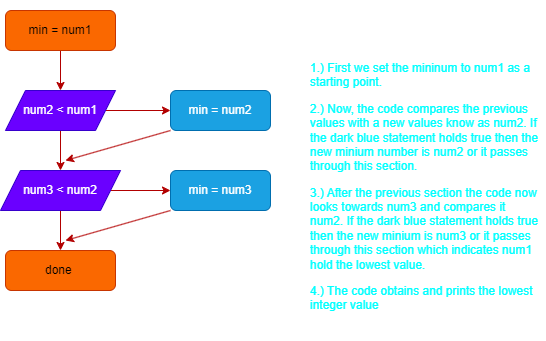
ipivanparra/AD-3-1 keeps this draw.io diagram as Flowchart.png. Above is the earlier version. Source tidied: cells renumbered, new cells last; positions are measured from the earlier drawing's top-left corner, leaving out a move shared by most shapes.
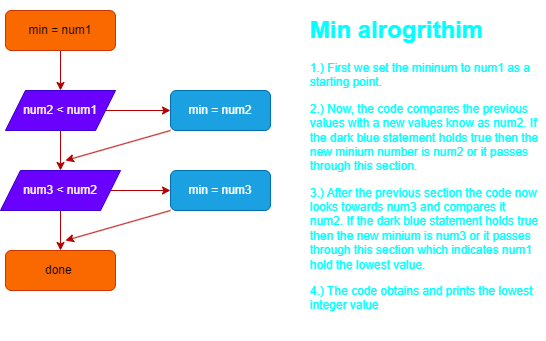
Later version of the same file.

Change to the diagram source:
```diff
@@ -45,7 +45,7 @@
     <mxCell id="14" value="min = num3" style="rounded=1;whiteSpace=wrap;html=1;fillColor=#1ba1e2;fontColor=#ffffff;strokeColor=#006EAF;" parent="1" vertex="1">
       <mxGeometry x="170" y="160" width="100" height="40" as="geometry" />
     </mxCell>
-    <mxCell id="15" value="&lt;h1&gt;&lt;font color=&quot;#ffffff&quot;&gt;Min alrogrithim&amp;nbsp;&lt;/font&gt;&lt;/h1&gt;&lt;p&gt;&lt;font color=&quot;#00ffff&quot;&gt;1.) First we set the mininum to num1 as a starting point.&amp;nbsp;&lt;/font&gt;&lt;/p&gt;&lt;p&gt;&lt;font color=&quot;#00ffff&quot;&gt;2.) Now, the code compares the previous values with a new values know as num2. If the dark blue statement holds true then the new minium number is num2 or it passes through this section.&amp;nbsp;&lt;/font&gt;&lt;/p&gt;&lt;p&gt;&lt;font color=&quot;#00ffff&quot;&gt;3.) After the previous section the code now looks towards num3 and compares it num2. If the dark blue statement holds true then the new minium is num3 or it passes through this section which indicates num1 hold the lowest value.&lt;/font&gt;&lt;/p&gt;&lt;p&gt;&lt;font color=&quot;#00ffff&quot;&gt;4.) The code obtains and prints the lowest integer value&amp;nbsp;&lt;/font&gt;&lt;/p&gt;&lt;p&gt;&lt;br&gt;&lt;/p&gt;" style="text;html=1;strokeColor=none;fillColor=none;spacing=5;spacingTop=-20;whiteSpace=wrap;overflow=hidden;rounded=0;" parent="1" vertex="1">
+    <mxCell id="15" value="&lt;h1&gt;&lt;font color=&quot;#00ffff&quot;&gt;Min alrogrithim&amp;nbsp;&lt;/font&gt;&lt;/h1&gt;&lt;p&gt;&lt;font color=&quot;#00ffff&quot;&gt;1.) First we set the mininum to num1 as a starting point.&amp;nbsp;&lt;/font&gt;&lt;/p&gt;&lt;p&gt;&lt;font color=&quot;#00ffff&quot;&gt;2.) Now, the code compares the previous values with a new values know as num2. If the dark blue statement holds true then the new minium number is num2 or it passes through this section.&amp;nbsp;&lt;/font&gt;&lt;/p&gt;&lt;p&gt;&lt;font color=&quot;#00ffff&quot;&gt;3.) After the previous section the code now looks towards num3 and compares it num2. If the dark blue statement holds true then the new minium is num3 or it passes through this section which indicates num1 hold the lowest value.&lt;/font&gt;&lt;/p&gt;&lt;p&gt;&lt;font color=&quot;#00ffff&quot;&gt;4.) The code obtains and prints the lowest integer value&amp;nbsp;&lt;/font&gt;&lt;/p&gt;&lt;p&gt;&lt;br&gt;&lt;/p&gt;" style="text;html=1;strokeColor=none;fillColor=none;spacing=5;spacingTop=-20;whiteSpace=wrap;overflow=hidden;rounded=0;" parent="1" vertex="1">
       <mxGeometry x="305" width="240" height="330" as="geometry" />
     </mxCell>
   </root>
```
